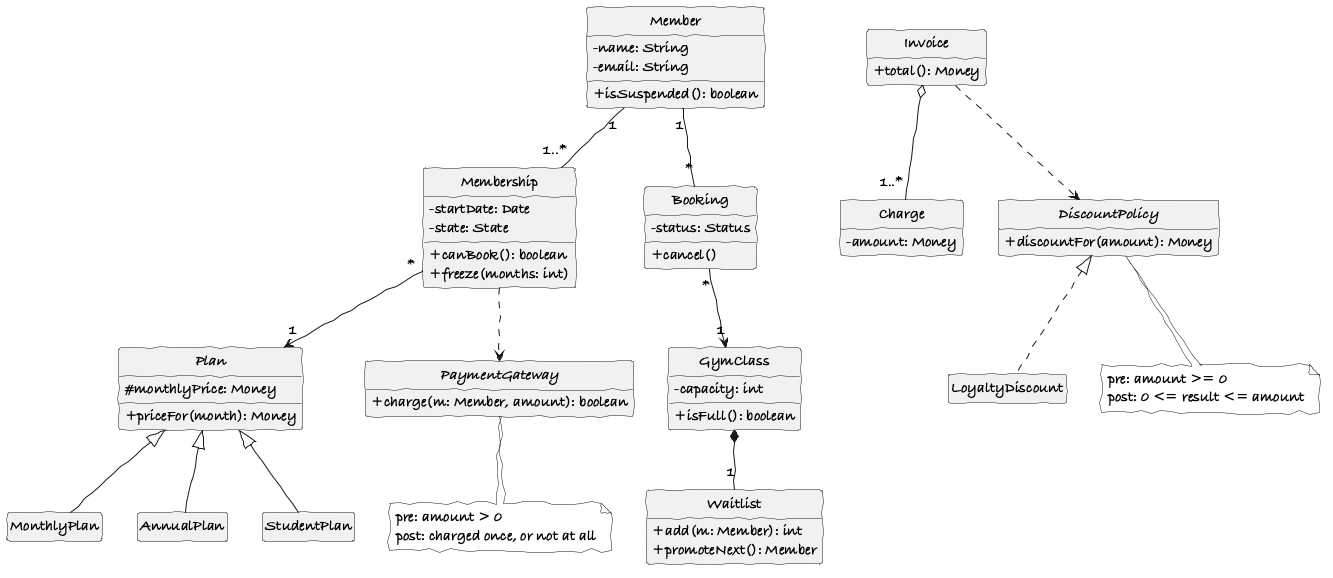
Earlier version of the PlantUML export docs/analysis/class-diagram.png (CS6451-Advanced-Software-Design/Gym-Membership).
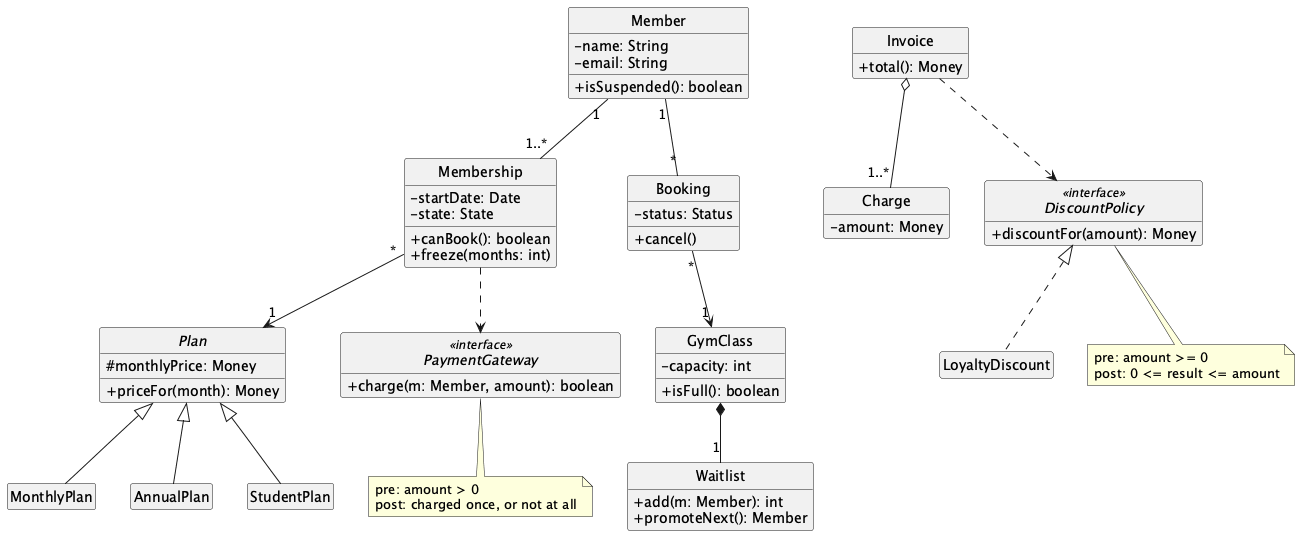
The same diagram one commit later.

Diff of the diagram source:
```diff
@@ -38,11 +38,11 @@
 class Charge {
   - amount: Money
 }
-interface DiscountPolicy {
+interface DiscountPolicy <<interface>> {
   + discountFor(amount): Money
 }
 class LoyaltyDiscount
-interface PaymentGateway {
+interface PaymentGateway <<interface>> {
   + charge(m: Member, amount): boolean
 }
 
```
